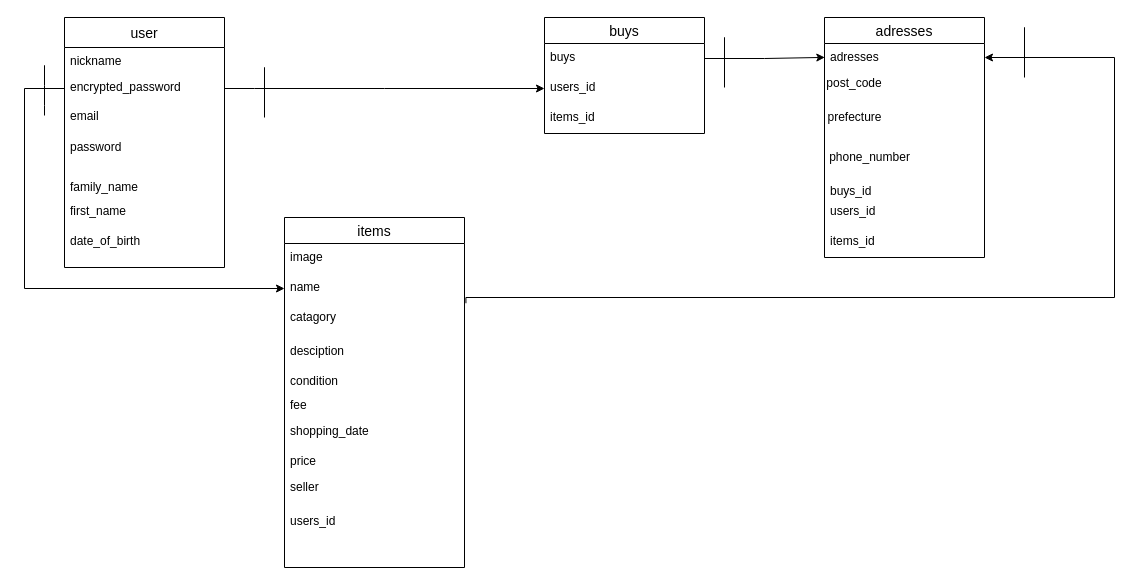
The draw.io diagram app/furima.dio in KINGKim2019/furima-29585, before the edit. Source tidied: cells renumbered, new cells numbered last; positions are measured from the earlier drawing's top-left corner, leaving out a move shared by most shapes. Both pictures are drawn from the tidied source at 100%, with x=0, y=0 at pixel (24, 17).
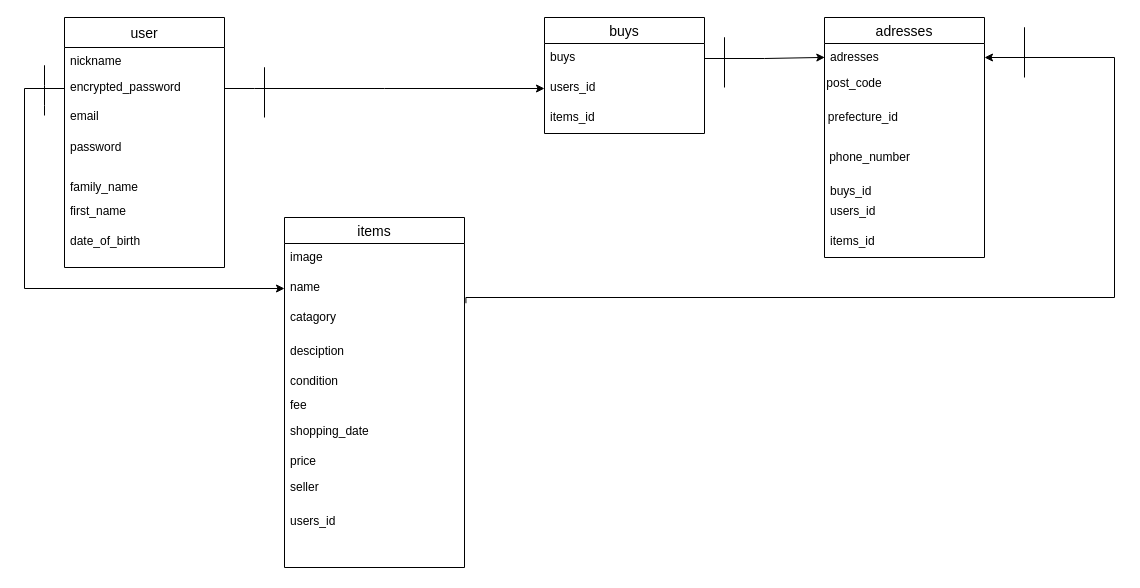
Above is the later version.

The edit, as a diff of the source:
```diff
@@
-    <mxCell id="22" value="prefecture" style="text;html=1;align=center;verticalAlign=middle;" parent="1" vertex="1">
-      <mxGeometry x="795" y="90" width="70" height="20" as="geometry" />
+    <mxCell id="22" value="&amp;nbsp; &amp;nbsp; &amp;nbsp;prefecture_id" style="text;html=1;align=center;verticalAlign=middle;" parent="1" vertex="1">
+      <mxGeometry x="780" y="90" width="100" height="20" as="geometry" />
     </mxCell>
```
